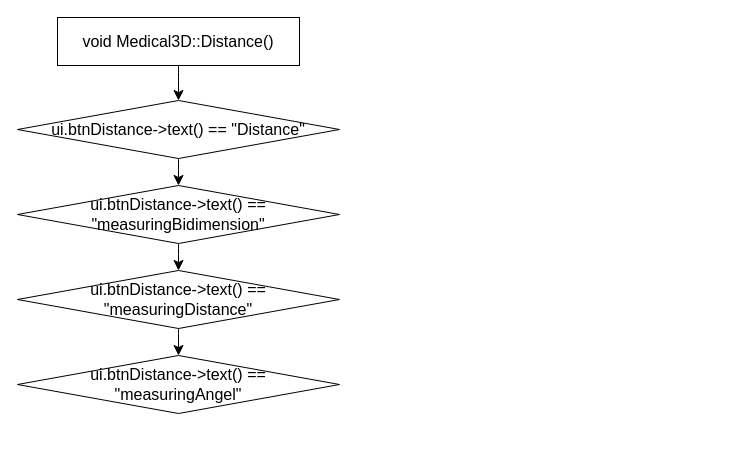
Above: page "第 1 页" (1 of 2) of medical3D_models.drawio in Dong-J93/_pictures (draw.io), before the change. Source tidied: cells renumbered, new cells numbered last; positions are measured from the earlier drawing's top-left corner, leaving out a move shared by most shapes. Both pictures are drawn from the tidied source at 100%, with x=0, y=0 at pixel (17, 17).
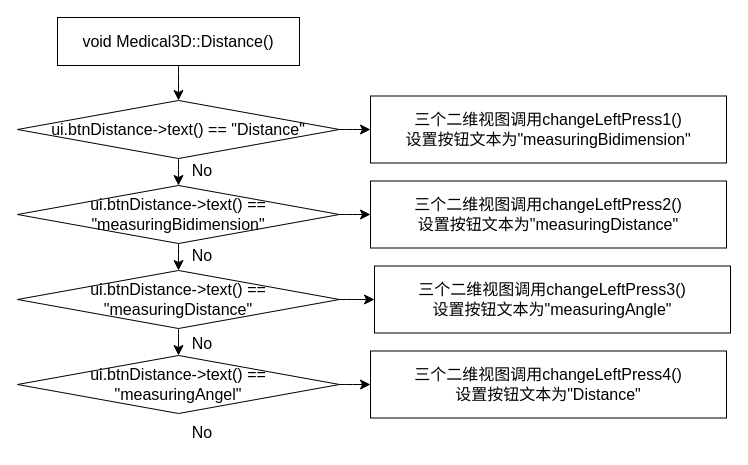
After the change.

The change refers to these unchanged cells:
```xml
<mxCell id="5" value="ui.btnDistance-&amp;gt;text() == &quot;Distance&quot;" style="rhombus;whiteSpace=wrap;html=1;fontSize=16;rounded=0;" parent="1" vertex="1">
  <mxGeometry y="83" width="322" height="58" as="geometry" />
</mxCell>
<mxCell id="7" value="ui.btnDistance-&amp;gt;text() == &quot;measuringBidimension&quot;" style="rhombus;whiteSpace=wrap;html=1;fontSize=16;rounded=0;" parent="1" vertex="1">
  <mxGeometry y="168" width="322" height="58" as="geometry" />
</mxCell>
<mxCell id="9" value="ui.btnDistance-&amp;gt;text() == &quot;measuringDistance&quot;" style="rhombus;whiteSpace=wrap;html=1;fontSize=16;rounded=0;" parent="1" vertex="1">
  <mxGeometry y="253" width="322" height="58" as="geometry" />
</mxCell>
<mxCell id="10" value="ui.btnDistance-&amp;gt;text() == &lt;br&gt;&quot;measuringAngel&quot;" style="rhombus;whiteSpace=wrap;html=1;fontSize=16;rounded=0;" parent="1" vertex="1">
  <mxGeometry y="338" width="322" height="58" as="geometry" />
</mxCell>
```

Diff of the diagram source:
```diff
@@
+    <mxCell id="11" style="edgeStyle=none;curved=1;rounded=0;jettySize=auto;html=1;fontSize=12;startSize=8;endSize=8;" parent="1" edge="1" source="5" target="19">
+      <mxGeometry relative="1" as="geometry" />
+    </mxCell>
@@
+    <mxCell id="12" style="edgeStyle=none;curved=1;rounded=0;jettySize=auto;html=1;fontSize=12;startSize=8;endSize=8;" parent="1" edge="1" source="7" target="20">
+      <mxGeometry relative="1" as="geometry" />
+    </mxCell>
@@
+    <mxCell id="13" style="edgeStyle=none;curved=1;rounded=0;jettySize=auto;html=1;fontSize=12;startSize=8;endSize=8;" parent="1" edge="1" source="9" target="21">
+      <mxGeometry relative="1" as="geometry" />
+    </mxCell>
@@
+    <mxCell id="14" style="edgeStyle=none;curved=1;rounded=0;jettySize=auto;html=1;fontSize=12;startSize=8;endSize=8;" parent="1" edge="1" source="10" target="22">
+      <mxGeometry relative="1" as="geometry" />
+    </mxCell>
@@
+    <mxCell id="15" value="No" style="text;html=1;strokeColor=none;fillColor=none;align=center;verticalAlign=middle;whiteSpace=wrap;rounded=0;fontSize=16;" parent="1" vertex="1">
+      <mxGeometry x="155" y="138" width="60" height="30" as="geometry" />
+    </mxCell>
+    <mxCell id="16" value="No" style="text;html=1;strokeColor=none;fillColor=none;align=center;verticalAlign=middle;whiteSpace=wrap;rounded=0;fontSize=16;" parent="1" vertex="1">
+      <mxGeometry x="155" y="223" width="60" height="30" as="geometry" />
+    </mxCell>
+    <mxCell id="17" value="No" style="text;html=1;strokeColor=none;fillColor=none;align=center;verticalAlign=middle;whiteSpace=wrap;rounded=0;fontSize=16;" parent="1" vertex="1">
+      <mxGeometry x="155" y="311" width="60" height="30" as="geometry" />
+    </mxCell>
+    <mxCell id="18" value="No" style="text;html=1;strokeColor=none;fillColor=none;align=center;verticalAlign=middle;whiteSpace=wrap;rounded=0;fontSize=16;" parent="1" vertex="1">
+      <mxGeometry x="155" y="400" width="60" height="30" as="geometry" />
+    </mxCell>
+    <mxCell id="19" value="&lt;div&gt;三个二维视图调用changeLeftPress1()&lt;/div&gt;&lt;div&gt;&lt;span style=&quot;background-color: initial;&quot;&gt;设置按钮文本为&lt;/span&gt;&lt;span style=&quot;background-color: initial;&quot;&gt;&quot;measuringBidimension&quot;&lt;/span&gt;&lt;/div&gt;" style="whiteSpace=wrap;html=1;fontSize=16;rounded=0;" parent="1" vertex="1">
+      <mxGeometry x="353" y="78.5" width="356" height="67" as="geometry" />
+    </mxCell>
+    <mxCell id="20" value="&lt;div&gt;三个二维视图调用changeLeftPress2()&lt;/div&gt;&lt;div&gt;&lt;span style=&quot;background-color: initial;&quot;&gt;设置按钮文本为&lt;/span&gt;&lt;span style=&quot;background-color: initial;&quot;&gt;&quot;measuringDistance&quot;&lt;/span&gt;&lt;/div&gt;" style="whiteSpace=wrap;html=1;fontSize=16;rounded=0;" parent="1" vertex="1">
+      <mxGeometry x="353" y="163.5" width="356" height="67" as="geometry" />
+    </mxCell>
+    <mxCell id="21" value="&lt;div&gt;三个二维视图调用changeLeftPress3()&lt;/div&gt;&lt;div&gt;&lt;span style=&quot;background-color: initial;&quot;&gt;设置按钮文本为&lt;/span&gt;&lt;span style=&quot;background-color: initial;&quot;&gt;&quot;measuringAngle&quot;&lt;/span&gt;&lt;/div&gt;" style="whiteSpace=wrap;html=1;fontSize=16;rounded=0;" parent="1" vertex="1">
+      <mxGeometry x="357" y="248.5" width="356" height="67" as="geometry" />
+    </mxCell>
+    <mxCell id="22" value="&lt;div&gt;三个二维视图调用changeLeftPress4()&lt;/div&gt;&lt;div&gt;&lt;span style=&quot;background-color: initial;&quot;&gt;设置按钮文本为&lt;/span&gt;&lt;span style=&quot;background-color: initial;&quot;&gt;&quot;Distance&quot;&lt;/span&gt;&lt;/div&gt;" style="whiteSpace=wrap;html=1;fontSize=16;rounded=0;" parent="1" vertex="1">
+      <mxGeometry x="353" y="333.5" width="356" height="67" as="geometry" />
+    </mxCell>
```
